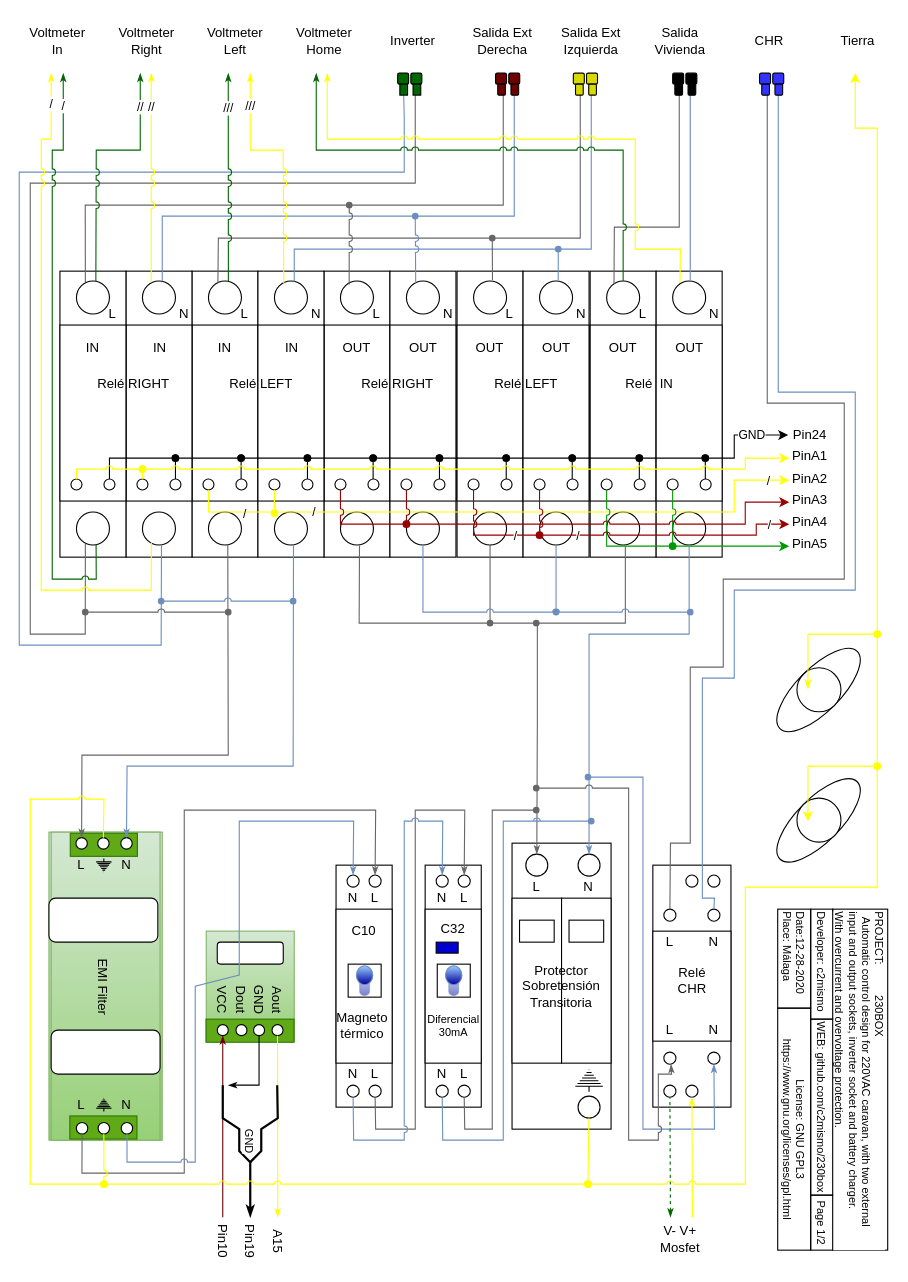
This is page "Página-1" (1 of 2) of documents/ElectricScheme/Electric_Scheme.drawio from bambera/230box, a draw.io file, before an edit. Source tidied: cells renumbered, new cells numbered last; positions are measured from the earlier drawing's top-left corner, leaving out a move shared by most shapes. Both pictures are drawn from the tidied source at 110%, with x=0, y=0 at pixel (19, 19).
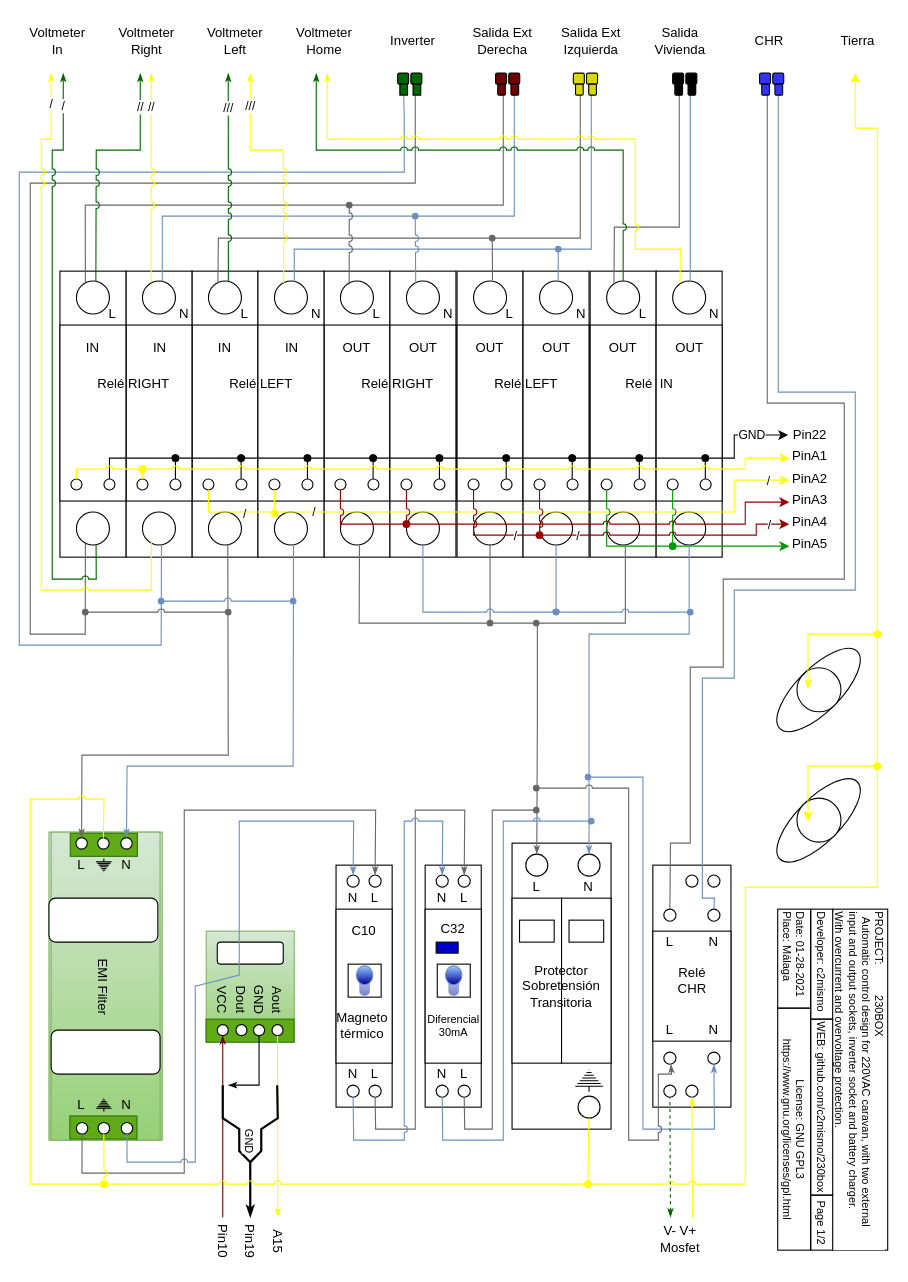
After the change.

What changed in the source:
```diff
@@
-    <mxCell id="207" value="Pin24" style="text;html=1;strokeColor=none;fillColor=none;align=center;verticalAlign=middle;whiteSpace=wrap;rounded=0;" parent="1" vertex="1">
+    <mxCell id="207" value="Pin22" style="text;html=1;strokeColor=none;fillColor=none;align=center;verticalAlign=middle;whiteSpace=wrap;rounded=0;" parent="1" vertex="1">
       <mxGeometry x="699" y="368" width="40" height="20" as="geometry" />
     </mxCell>
@@
-    <mxCell id="338" value="Date:12-28-2020&lt;br&gt;Place: Málaga" style="rounded=0;whiteSpace=wrap;html=1;labelBackgroundColor=#FFFFFF;strokeColor=#000000;fillColor=none;fontSize=10;fontColor=#000000;align=left;rotation=90;" parent="1" vertex="1">
+    <mxCell id="338" value="Date: 01-28-2021&lt;br&gt;Place: Málaga" style="rounded=0;whiteSpace=wrap;html=1;labelBackgroundColor=#FFFFFF;strokeColor=#000000;fillColor=none;fontSize=10;fontColor=#000000;align=left;rotation=90;" parent="1" vertex="1">
       <mxGeometry x="659.5" y="839" width="90" height="30" as="geometry" />
     </mxCell>
```
